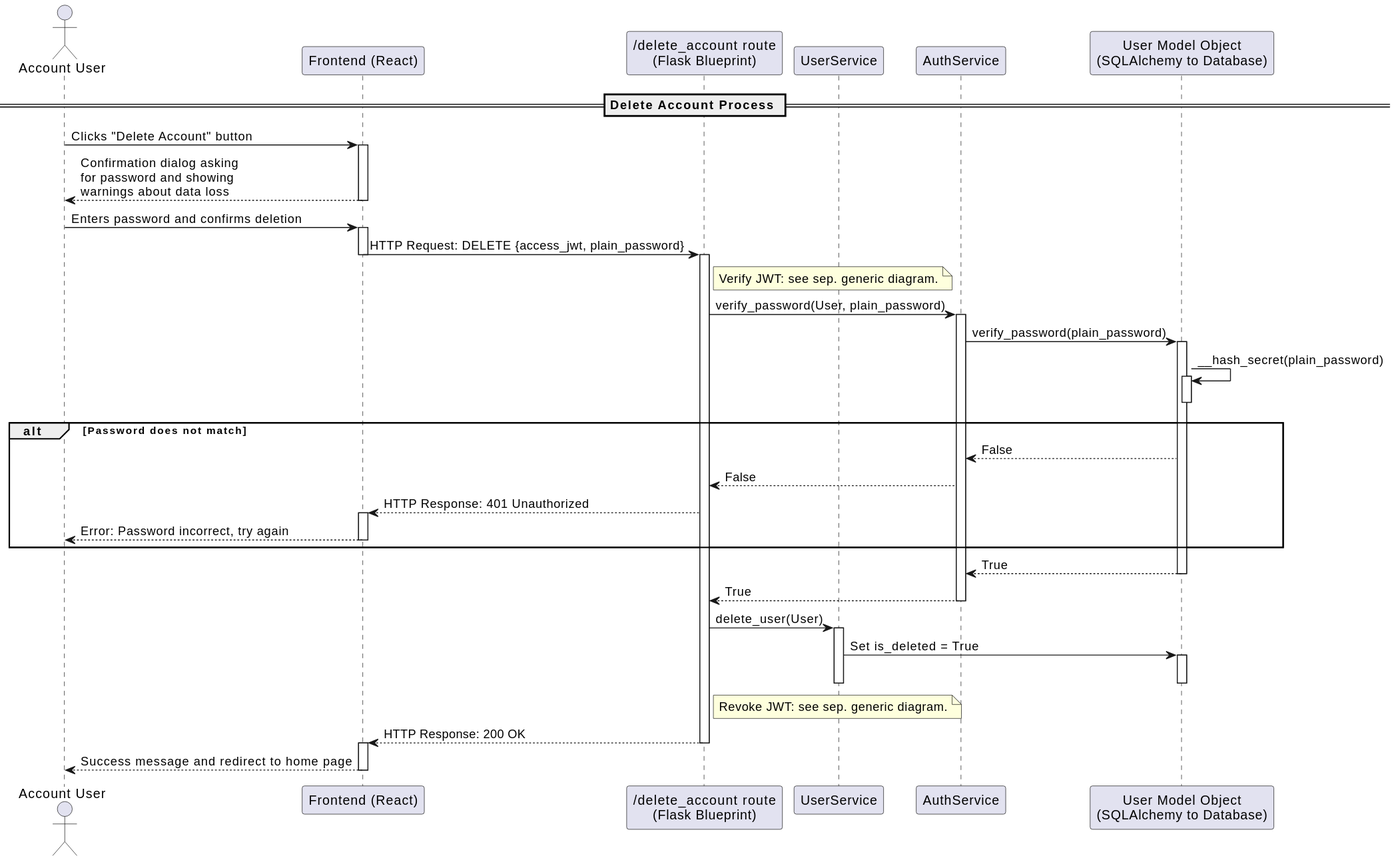
The PlantUML diagram docs/out/diagrams/uml/sequence/account_management/DeleteAccountSequence.svg in dominikoetiker/TheMentalLoadHub, before a commit.
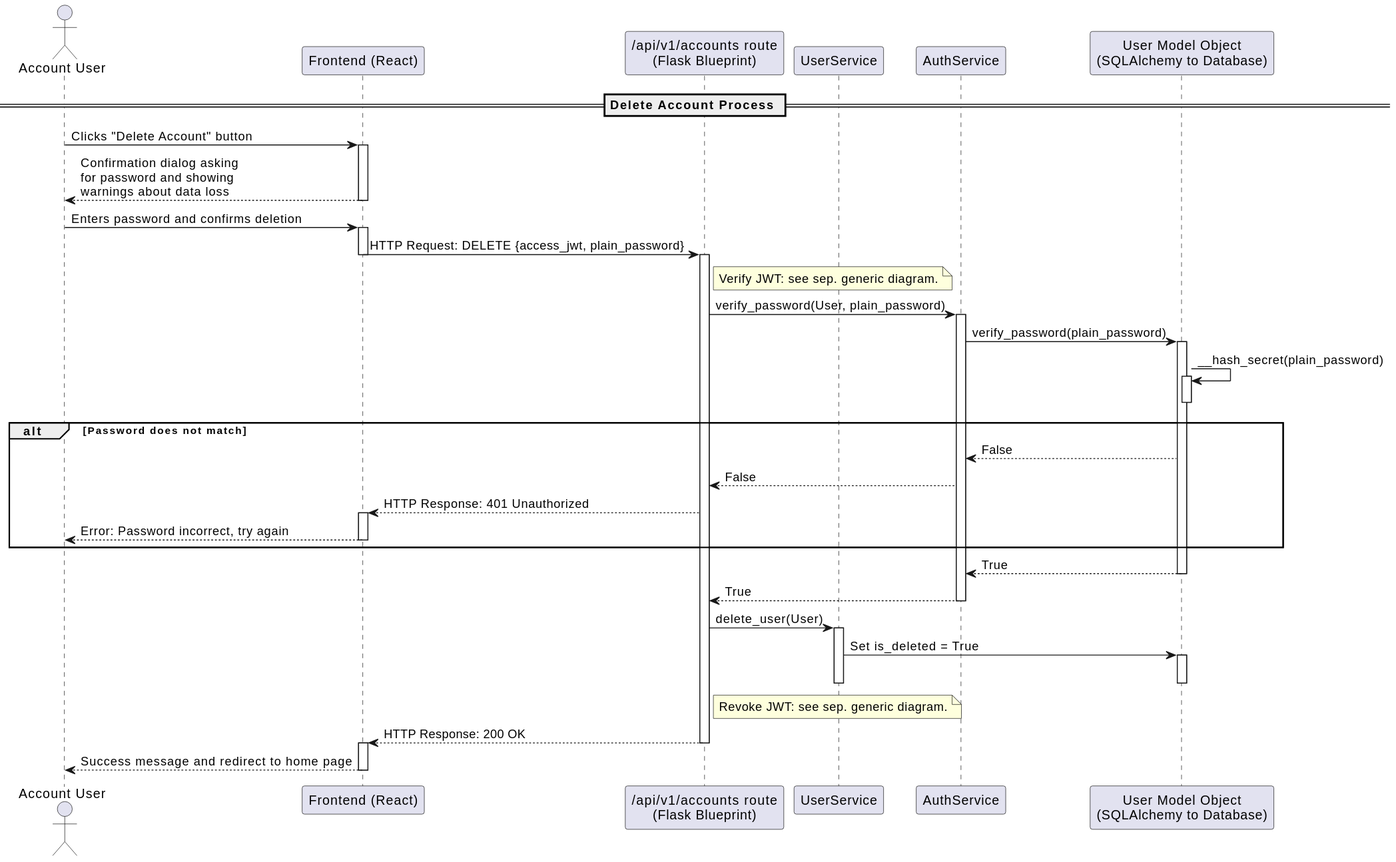
The same diagram one commit later.

Diff of the diagram source:
```diff
@@ -1,7 +1,7 @@
 @startuml
 actor "Account User" as User
 participant "Frontend (React)" as FE
-participant "/delete_account route\n(Flask Blueprint)" as DR
+participant "/api/v1/accounts route\n(Flask Blueprint)" as AR
 participant "UserService" as US
 participant "AuthService" as AS
 participant "User Model Object\n(SQLAlchemy to Database)" as UM
@@ -13,11 +13,11 @@
 deactivate FE
 User -> FE: Enters password and confirms deletion
 activate FE
-FE -> DR: HTTP Request: DELETE {access_jwt, plain_password}
+FE -> AR: HTTP Request: DELETE {access_jwt, plain_password}
 deactivate FE
-activate DR
-note right of DR: Verify JWT: see sep. generic diagram.
-DR -> AS: verify_password(User, plain_password)
+activate AR
+note right of AR: Verify JWT: see sep. generic diagram.
+AR -> AS: verify_password(User, plain_password)
 activate AS
 AS -> UM: verify_password(plain_password)
 activate UM
@@ -26,25 +26,25 @@
 deactivate UM
 alt Password does not match
     AS <-- UM: False
-    DR <-- AS: False
-    FE <-- DR: HTTP Response: 401 Unauthorized
+    AR <-- AS: False
+    FE <-- AR: HTTP Response: 401 Unauthorized
     activate FE
     User <-- FE: Error: Password incorrect, try again
     deactivate FE
 end
 AS <-- UM: True
 deactivate UM
-DR <-- AS: True
+AR <-- AS: True
 deactivate AS
-DR -> US: delete_user(User)
+AR -> US: delete_user(User)
 activate US
 US -> UM: Set is_deleted = True
 activate UM
 deactivate UM
 deactivate US
-note right of DR: Revoke JWT: see sep. generic diagram.
-FE <-- DR: HTTP Response: 200 OK
-deactivate DR
+note right of AR: Revoke JWT: see sep. generic diagram.
+FE <-- AR: HTTP Response: 200 OK
+deactivate AR
 activate FE
 User <-- FE: Success message and redirect to home page
 deactivate FE
```
